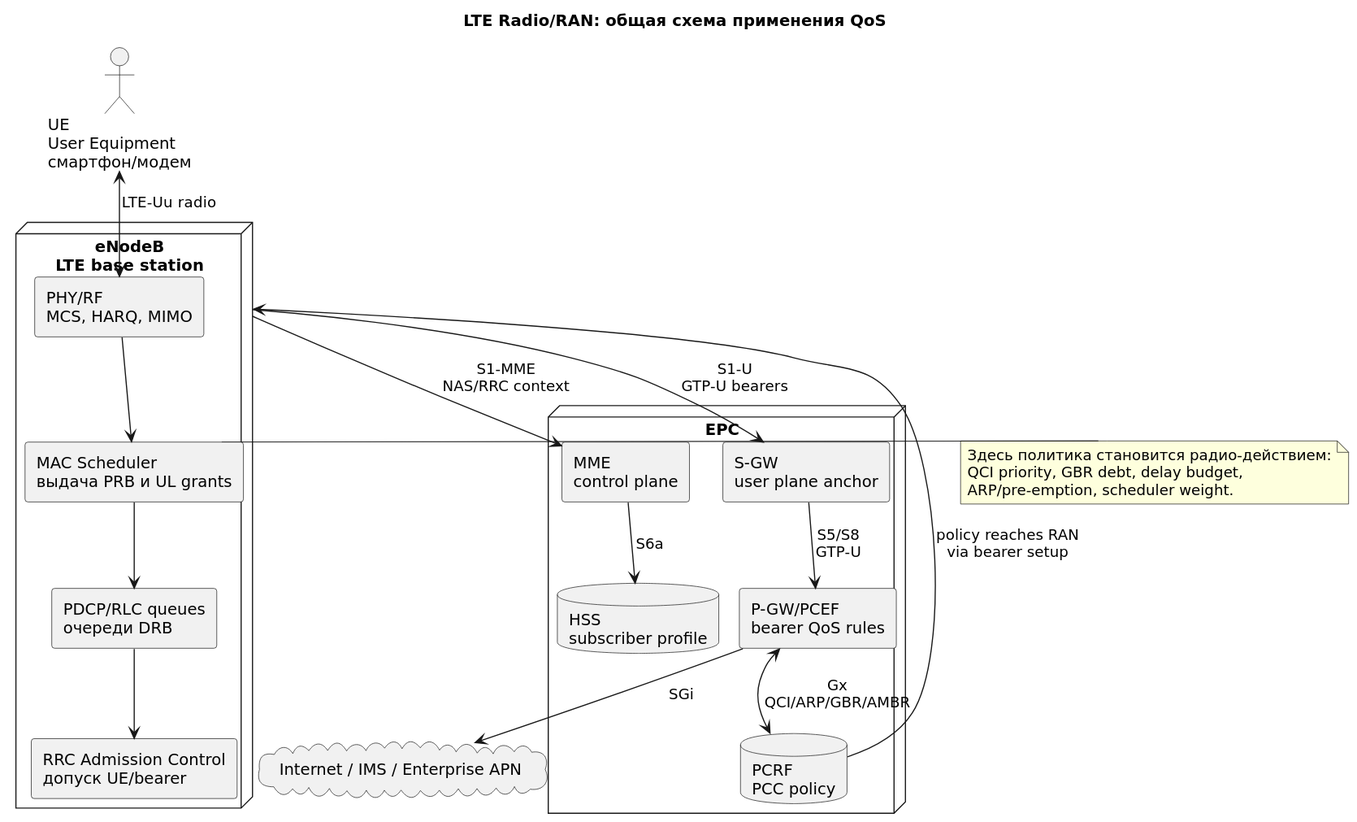
The PlantUML diagram docs/mobile-network-qos/diagrams/rendered/lte-radio-common.svg in jvbistrue-art/Analitics, before a commit.
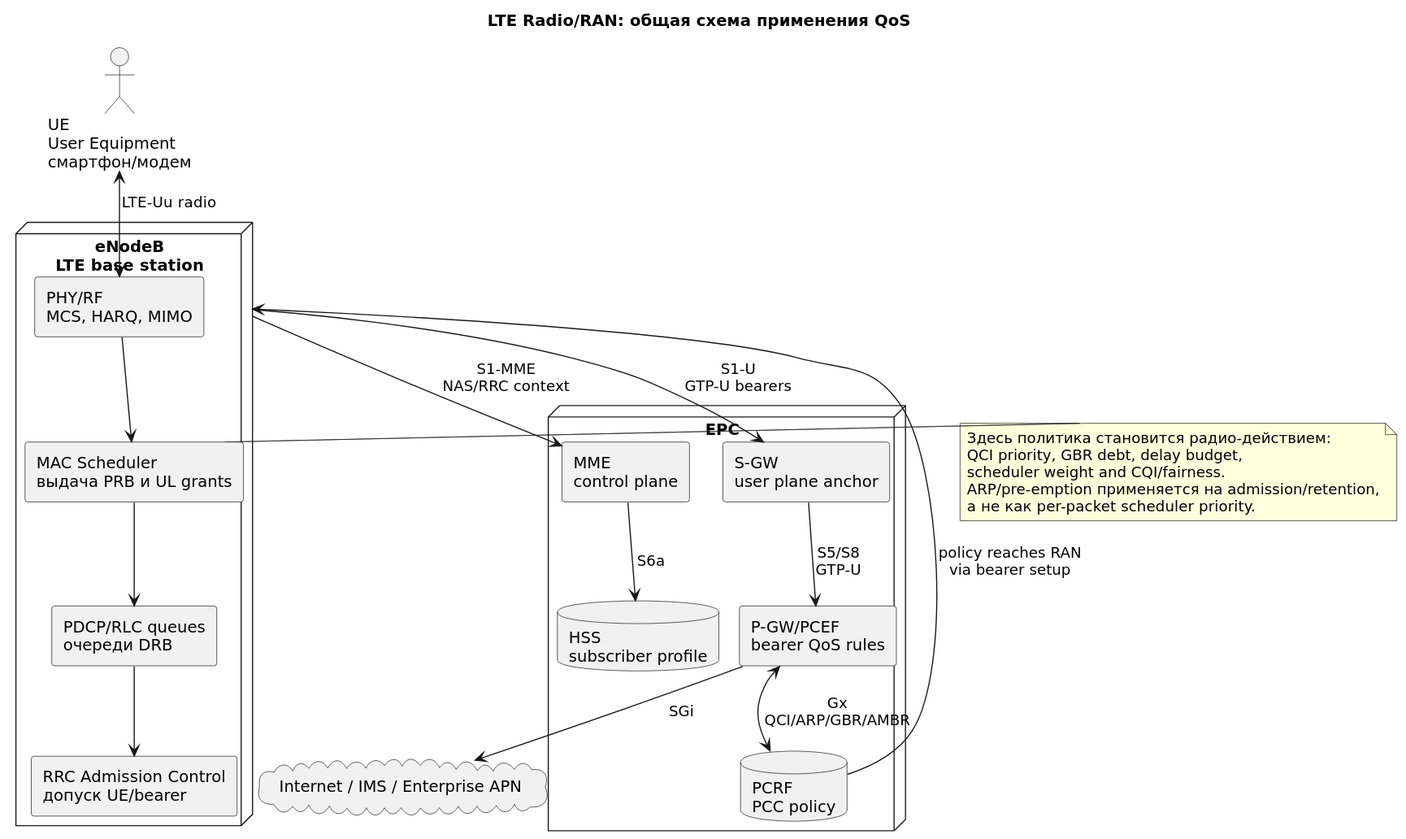
After the change.

Change to the diagram source:
```diff
@@ -36,6 +36,8 @@
 note right of MAC
 Здесь политика становится радио-действием:
 QCI priority, GBR debt, delay budget,
-ARP/pre-emption, scheduler weight.
+scheduler weight and CQI/fairness.
+ARP/pre-emption применяется на admission/retention,
+а не как per-packet scheduler priority.
 end note
 @enduml
```
